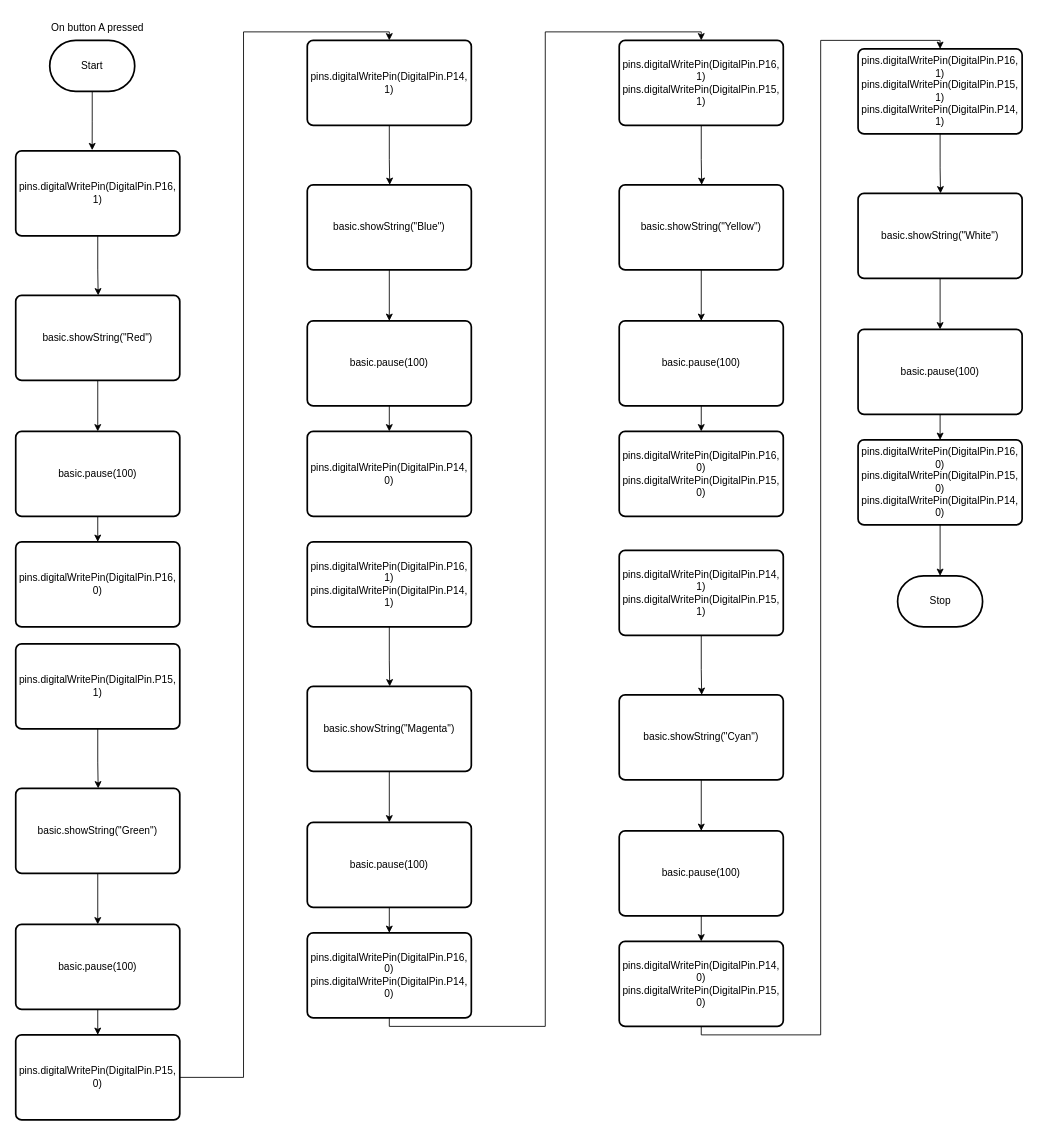
Earlier version of the draw.io diagram design/schematic_diagram.drawio (MTHS-TEJ2O-1-2023/TEJ2O-Unit-2-08-kyle-lyver). Source tidied: cells renumbered, new cells numbered last; positions are measured from the earlier drawing's top-left corner, leaving out a move shared by most shapes. Both pictures are drawn from the tidied source at 85%, with x=0, y=0 at pixel (15, 14).
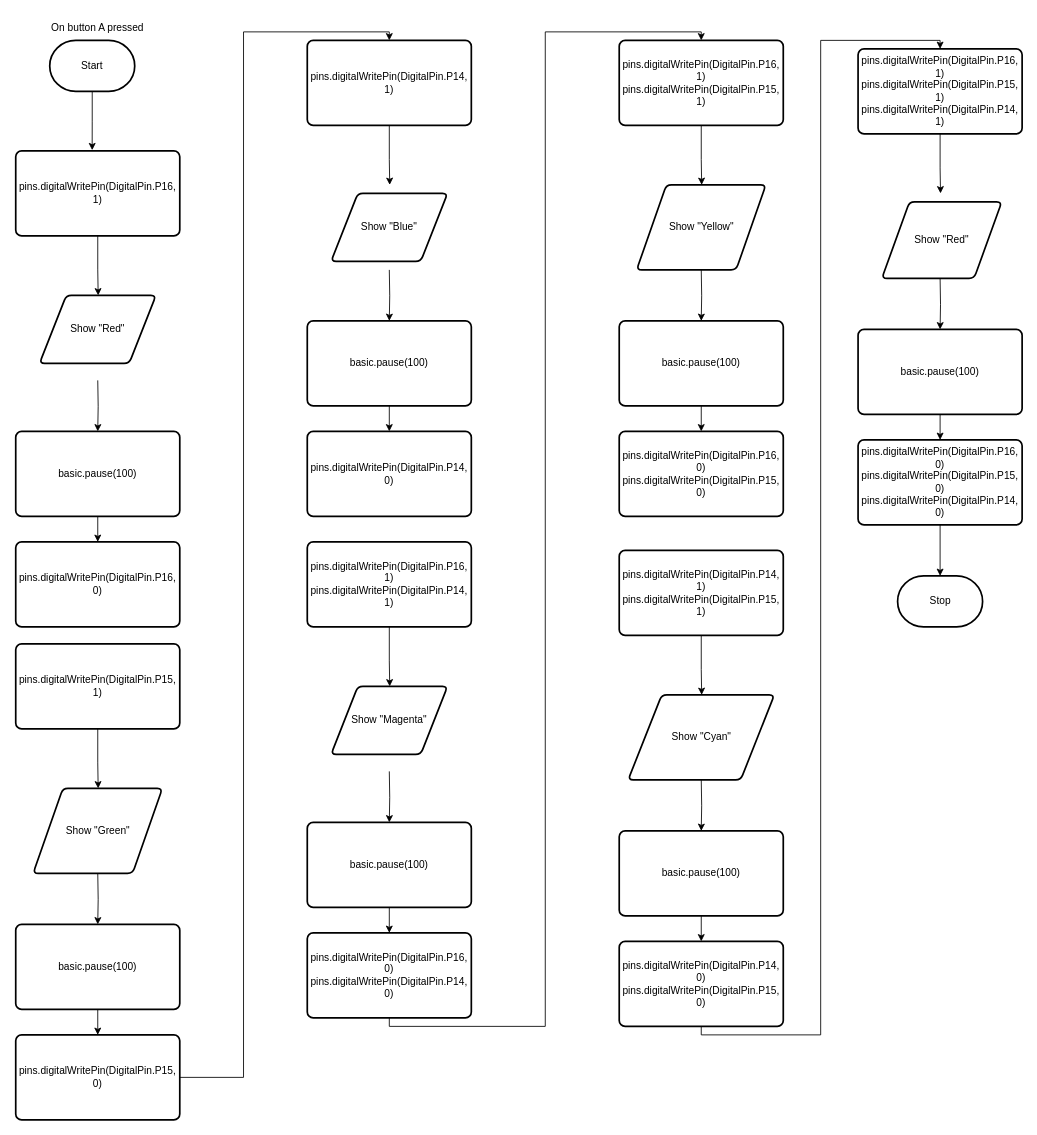
Above is the later version.

Unchanged cells that the change refers to:
```xml
<mxCell id="10" value="basic.pause(100)" style="rounded=1;whiteSpace=wrap;html=1;absoluteArcSize=1;arcSize=14;strokeWidth=2;" parent="1" vertex="1">
  <mxGeometry y="490" width="193" height="100" as="geometry" />
</mxCell>
<mxCell id="17" value="basic.pause(100)" style="rounded=1;whiteSpace=wrap;html=1;absoluteArcSize=1;arcSize=14;strokeWidth=2;" parent="1" vertex="1">
  <mxGeometry y="1070" width="193" height="100" as="geometry" />
</mxCell>
<mxCell id="25" value="basic.pause(100)" style="rounded=1;whiteSpace=wrap;html=1;absoluteArcSize=1;arcSize=14;strokeWidth=2;" parent="1" vertex="1">
  <mxGeometry x="343" y="360" width="193" height="100" as="geometry" />
</mxCell>
<mxCell id="32" value="basic.pause(100)" style="rounded=1;whiteSpace=wrap;html=1;absoluteArcSize=1;arcSize=14;strokeWidth=2;" parent="1" vertex="1">
  <mxGeometry x="343" y="950" width="193" height="100" as="geometry" />
</mxCell>
<mxCell id="40" value="basic.pause(100)" style="rounded=1;whiteSpace=wrap;html=1;absoluteArcSize=1;arcSize=14;strokeWidth=2;" parent="1" vertex="1">
  <mxGeometry x="710" y="360" width="193" height="100" as="geometry" />
</mxCell>
<mxCell id="47" value="basic.pause(100)" style="rounded=1;whiteSpace=wrap;html=1;absoluteArcSize=1;arcSize=14;strokeWidth=2;" parent="1" vertex="1">
  <mxGeometry x="710" y="960" width="193" height="100" as="geometry" />
</mxCell>
<mxCell id="55" value="basic.pause(100)" style="rounded=1;whiteSpace=wrap;html=1;absoluteArcSize=1;arcSize=14;strokeWidth=2;" parent="1" vertex="1">
  <mxGeometry x="991" y="370" width="193" height="100" as="geometry" />
</mxCell>
```

Change to the diagram source:
```diff
@@
-    <mxCell id="7" style="edgeStyle=orthogonalEdgeStyle;rounded=0;html=1;exitX=0.5;exitY=1;exitDx=0;exitDy=0;entryX=0.5;entryY=0;entryDx=0;entryDy=0;endArrow=classic;endFill=1;" parent="1" edge="1" source="8" target="10">
-      <mxGeometry relative="1" as="geometry" />
+    <mxCell id="7" style="edgeStyle=orthogonalEdgeStyle;rounded=0;html=1;exitX=0.5;exitY=1;exitDx=0;exitDy=0;entryX=0.5;entryY=0;entryDx=0;entryDy=0;endArrow=classic;endFill=1;" parent="1" edge="1" target="10">
+      <mxGeometry relative="1" as="geometry">
+        <mxPoint x="96.5" y="430" as="sourcePoint" />
+      </mxGeometry>
     </mxCell>
-    <mxCell id="8" value="basic.showString(&quot;Red&quot;)" style="rounded=1;whiteSpace=wrap;html=1;absoluteArcSize=1;arcSize=14;strokeWidth=2;" parent="1" vertex="1">
-      <mxGeometry y="330" width="193" height="100" as="geometry" />
-    </mxCell>
@@
-    <mxCell id="14" style="edgeStyle=orthogonalEdgeStyle;rounded=0;html=1;exitX=0.5;exitY=1;exitDx=0;exitDy=0;entryX=0.5;entryY=0;entryDx=0;entryDy=0;endArrow=classic;endFill=1;" parent="1" edge="1" source="15" target="17">
-      <mxGeometry relative="1" as="geometry" />
+    <mxCell id="14" style="edgeStyle=orthogonalEdgeStyle;rounded=0;html=1;exitX=0.5;exitY=1;exitDx=0;exitDy=0;entryX=0.5;entryY=0;entryDx=0;entryDy=0;endArrow=classic;endFill=1;" parent="1" edge="1" target="17">
+      <mxGeometry relative="1" as="geometry">
+        <mxPoint x="96.5" y="1010" as="sourcePoint" />
+      </mxGeometry>
     </mxCell>
-    <mxCell id="15" value="basic.showString(&quot;Green&quot;)" style="rounded=1;whiteSpace=wrap;html=1;absoluteArcSize=1;arcSize=14;strokeWidth=2;" parent="1" vertex="1">
-      <mxGeometry y="910" width="193" height="100" as="geometry" />
-    </mxCell>
@@
-    <mxCell id="22" style="edgeStyle=orthogonalEdgeStyle;rounded=0;html=1;exitX=0.5;exitY=1;exitDx=0;exitDy=0;entryX=0.5;entryY=0;entryDx=0;entryDy=0;endArrow=classic;endFill=1;" parent="1" edge="1" source="23" target="25">
-      <mxGeometry relative="1" as="geometry" />
+    <mxCell id="22" style="edgeStyle=orthogonalEdgeStyle;rounded=0;html=1;exitX=0.5;exitY=1;exitDx=0;exitDy=0;entryX=0.5;entryY=0;entryDx=0;entryDy=0;endArrow=classic;endFill=1;" parent="1" edge="1" target="25">
+      <mxGeometry relative="1" as="geometry">
+        <mxPoint x="439.5" y="300" as="sourcePoint" />
+      </mxGeometry>
     </mxCell>
-    <mxCell id="23" value="basic.showString(&quot;Blue&quot;)" style="rounded=1;whiteSpace=wrap;html=1;absoluteArcSize=1;arcSize=14;strokeWidth=2;" parent="1" vertex="1">
-      <mxGeometry x="343" y="200" width="193" height="100" as="geometry" />
-    </mxCell>
@@
-    <mxCell id="29" style="edgeStyle=orthogonalEdgeStyle;rounded=0;html=1;exitX=0.5;exitY=1;exitDx=0;exitDy=0;entryX=0.5;entryY=0;entryDx=0;entryDy=0;endArrow=classic;endFill=1;" parent="1" edge="1" source="30" target="32">
-      <mxGeometry relative="1" as="geometry" />
+    <mxCell id="29" style="edgeStyle=orthogonalEdgeStyle;rounded=0;html=1;exitX=0.5;exitY=1;exitDx=0;exitDy=0;entryX=0.5;entryY=0;entryDx=0;entryDy=0;endArrow=classic;endFill=1;" parent="1" edge="1" target="32">
+      <mxGeometry relative="1" as="geometry">
+        <mxPoint x="439.5" y="890" as="sourcePoint" />
+      </mxGeometry>
     </mxCell>
-    <mxCell id="30" value="basic.showString(&quot;Magenta&quot;)" style="rounded=1;whiteSpace=wrap;html=1;absoluteArcSize=1;arcSize=14;strokeWidth=2;" parent="1" vertex="1">
-      <mxGeometry x="343" y="790" width="193" height="100" as="geometry" />
-    </mxCell>
@@
-    <mxCell id="37" style="edgeStyle=orthogonalEdgeStyle;rounded=0;html=1;exitX=0.5;exitY=1;exitDx=0;exitDy=0;entryX=0.5;entryY=0;entryDx=0;entryDy=0;endArrow=classic;endFill=1;" parent="1" edge="1" source="38" target="40">
-      <mxGeometry relative="1" as="geometry" />
+    <mxCell id="37" style="edgeStyle=orthogonalEdgeStyle;rounded=0;html=1;exitX=0.5;exitY=1;exitDx=0;exitDy=0;entryX=0.5;entryY=0;entryDx=0;entryDy=0;endArrow=classic;endFill=1;" parent="1" edge="1" target="40">
+      <mxGeometry relative="1" as="geometry">
+        <mxPoint x="806.5" y="300" as="sourcePoint" />
+      </mxGeometry>
     </mxCell>
-    <mxCell id="38" value="basic.showString(&quot;Yellow&quot;)" style="rounded=1;whiteSpace=wrap;html=1;absoluteArcSize=1;arcSize=14;strokeWidth=2;" parent="1" vertex="1">
-      <mxGeometry x="710" y="200" width="193" height="100" as="geometry" />
-    </mxCell>
@@
-    <mxCell id="44" style="edgeStyle=orthogonalEdgeStyle;rounded=0;html=1;exitX=0.5;exitY=1;exitDx=0;exitDy=0;entryX=0.5;entryY=0;entryDx=0;entryDy=0;endArrow=classic;endFill=1;" parent="1" edge="1" source="45" target="47">
-      <mxGeometry relative="1" as="geometry" />
+    <mxCell id="44" style="edgeStyle=orthogonalEdgeStyle;rounded=0;html=1;exitX=0.5;exitY=1;exitDx=0;exitDy=0;entryX=0.5;entryY=0;entryDx=0;entryDy=0;endArrow=classic;endFill=1;" parent="1" edge="1" target="47">
+      <mxGeometry relative="1" as="geometry">
+        <mxPoint x="806.5" y="900" as="sourcePoint" />
+      </mxGeometry>
     </mxCell>
-    <mxCell id="45" value="basic.showString(&quot;Cyan&quot;)" style="rounded=1;whiteSpace=wrap;html=1;absoluteArcSize=1;arcSize=14;strokeWidth=2;" parent="1" vertex="1">
-      <mxGeometry x="710" y="800" width="193" height="100" as="geometry" />
-    </mxCell>
@@
-    <mxCell id="52" style="edgeStyle=orthogonalEdgeStyle;rounded=0;html=1;exitX=0.5;exitY=1;exitDx=0;exitDy=0;entryX=0.5;entryY=0;entryDx=0;entryDy=0;endArrow=classic;endFill=1;" parent="1" edge="1" source="53" target="55">
-      <mxGeometry relative="1" as="geometry" />
+    <mxCell id="52" style="edgeStyle=orthogonalEdgeStyle;rounded=0;html=1;exitX=0.5;exitY=1;exitDx=0;exitDy=0;entryX=0.5;entryY=0;entryDx=0;entryDy=0;endArrow=classic;endFill=1;" parent="1" edge="1" target="55">
+      <mxGeometry relative="1" as="geometry">
+        <mxPoint x="1087.5" y="310" as="sourcePoint" />
+      </mxGeometry>
     </mxCell>
-    <mxCell id="53" value="basic.showString(&quot;White&quot;)" style="rounded=1;whiteSpace=wrap;html=1;absoluteArcSize=1;arcSize=14;strokeWidth=2;" parent="1" vertex="1">
-      <mxGeometry x="991" y="210" width="193" height="100" as="geometry" />
-    </mxCell>
@@
+    <mxCell id="59" value="Show &quot;Red&quot;" style="shape=parallelogram;html=1;strokeWidth=2;perimeter=parallelogramPerimeter;whiteSpace=wrap;rounded=1;arcSize=12;size=0.23;" parent="1" vertex="1">
+      <mxGeometry x="28" y="330" width="137" height="80" as="geometry" />
+    </mxCell>
+    <mxCell id="60" value="Show &quot;Green&quot;" style="shape=parallelogram;html=1;strokeWidth=2;perimeter=parallelogramPerimeter;whiteSpace=wrap;rounded=1;arcSize=12;size=0.23;" parent="1" vertex="1">
+      <mxGeometry x="20.5" y="910" width="152" height="100" as="geometry" />
+    </mxCell>
+    <mxCell id="61" value="Show &quot;Blue&quot;" style="shape=parallelogram;html=1;strokeWidth=2;perimeter=parallelogramPerimeter;whiteSpace=wrap;rounded=1;arcSize=12;size=0.23;" parent="1" vertex="1">
+      <mxGeometry x="371" y="210" width="137" height="80" as="geometry" />
+    </mxCell>
+    <mxCell id="62" value="Show &quot;Magenta&quot;" style="shape=parallelogram;html=1;strokeWidth=2;perimeter=parallelogramPerimeter;whiteSpace=wrap;rounded=1;arcSize=12;size=0.23;" parent="1" vertex="1">
+      <mxGeometry x="371" y="790" width="137" height="80" as="geometry" />
+    </mxCell>
+    <mxCell id="63" value="Show &quot;Yellow&quot;" style="shape=parallelogram;html=1;strokeWidth=2;perimeter=parallelogramPerimeter;whiteSpace=wrap;rounded=1;arcSize=12;size=0.23;" parent="1" vertex="1">
+      <mxGeometry x="730.5" y="200" width="152" height="100" as="geometry" />
+    </mxCell>
+    <mxCell id="64" value="Show &quot;Cyan&quot;" style="shape=parallelogram;html=1;strokeWidth=2;perimeter=parallelogramPerimeter;whiteSpace=wrap;rounded=1;arcSize=12;size=0.23;" parent="1" vertex="1">
+      <mxGeometry x="720.5" y="800" width="172" height="100" as="geometry" />
+    </mxCell>
+    <mxCell id="65" value="Show &quot;Red&quot;" style="shape=parallelogram;html=1;strokeWidth=2;perimeter=parallelogramPerimeter;whiteSpace=wrap;rounded=1;arcSize=12;size=0.23;" parent="1" vertex="1">
+      <mxGeometry x="1019" y="220" width="141" height="90" as="geometry" />
+    </mxCell>
```
